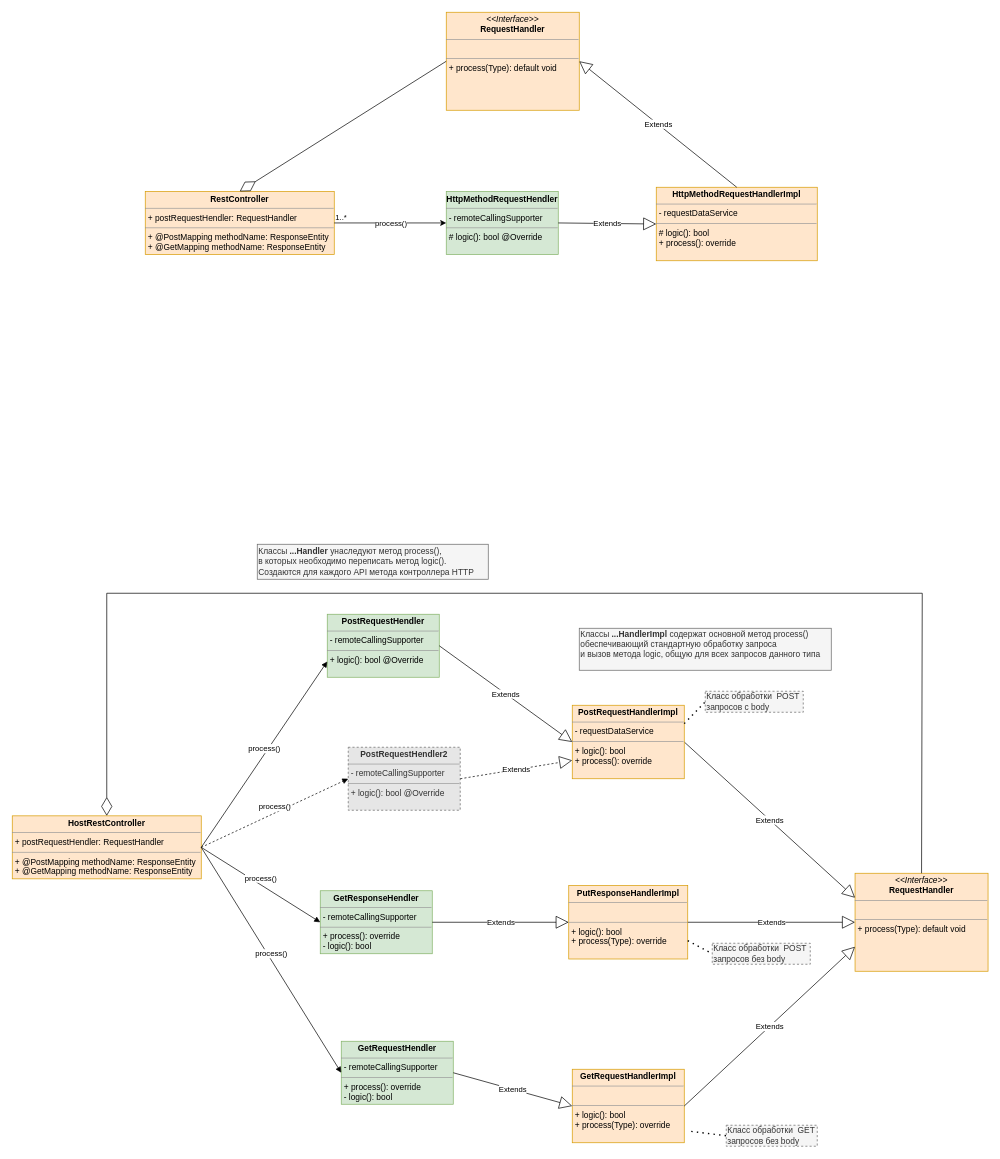
Jurixx777/schema keeps this draw.io diagram as adaptertemplate/Untitled Diagram.drawio. Above is the earlier version. Source tidied: cells renumbered, new cells numbered last; positions are measured from the earlier drawing's top-left corner, leaving out a move shared by most shapes. Both pictures are drawn from the tidied source at 70%, with x=0, y=0 at pixel (12, 12).
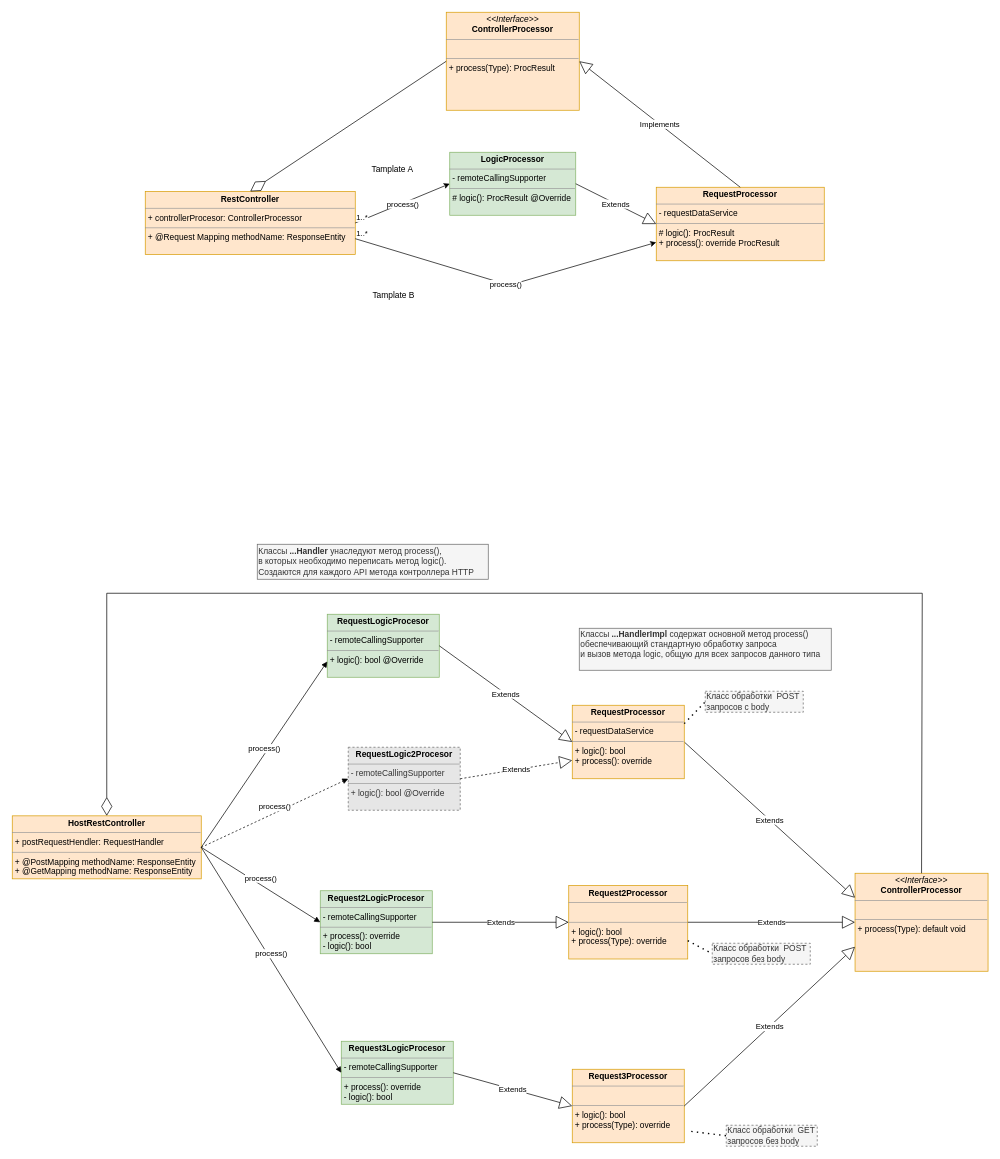
The same page after the edit.

Change to the diagram source:
```diff
@@
-    <mxCell id="2" value="&lt;p style=&quot;margin: 0px ; margin-top: 4px ; text-align: center&quot;&gt;&lt;i&gt;&amp;lt;&amp;lt;Interface&amp;gt;&amp;gt;&lt;/i&gt;&lt;br&gt;&lt;b&gt;RequestHandler&lt;/b&gt;&lt;/p&gt;&lt;hr size=&quot;1&quot;&gt;&lt;p style=&quot;margin: 0px ; margin-left: 4px&quot;&gt;&lt;br&gt;&lt;/p&gt;&lt;hr size=&quot;1&quot;&gt;&lt;p style=&quot;margin: 0px ; margin-left: 4px&quot;&gt;+ process(Type): default void&lt;br&gt;&lt;/p&gt;" style="verticalAlign=top;align=left;overflow=fill;fontSize=12;fontFamily=Helvetica;html=1;fillColor=#ffe6cc;strokeColor=#d79b00;" parent="1" vertex="1">
+    <mxCell id="2" value="&lt;p style=&quot;margin: 0px ; margin-top: 4px ; text-align: center&quot;&gt;&lt;i&gt;&amp;lt;&amp;lt;Interface&amp;gt;&amp;gt;&lt;/i&gt;&lt;br&gt;&lt;b&gt;ControllerProcessor&lt;/b&gt;&lt;/p&gt;&lt;hr size=&quot;1&quot;&gt;&lt;p style=&quot;margin: 0px ; margin-left: 4px&quot;&gt;&lt;br&gt;&lt;/p&gt;&lt;hr size=&quot;1&quot;&gt;&lt;p style=&quot;margin: 0px ; margin-left: 4px&quot;&gt;+ process(Type): default void&lt;br&gt;&lt;/p&gt;" style="verticalAlign=top;align=left;overflow=fill;fontSize=12;fontFamily=Helvetica;html=1;fillColor=#ffe6cc;strokeColor=#d79b00;" parent="1" vertex="1">
       <mxGeometry x="1204" y="1230" width="190" height="140" as="geometry" />
     </mxCell>
@@
-    <mxCell id="4" value="&lt;p style=&quot;margin: 0px ; margin-top: 4px ; text-align: center&quot;&gt;&lt;b&gt;PostRequestHandlerImpl&lt;/b&gt;&lt;/p&gt;&lt;hr size=&quot;1&quot;&gt;&lt;p style=&quot;margin: 0px ; margin-left: 4px&quot;&gt;- requestDataService&lt;br&gt;&lt;/p&gt;&lt;hr size=&quot;1&quot;&gt;&lt;p style=&quot;margin: 0px ; margin-left: 4px&quot;&gt;+ logic(): bool&lt;/p&gt;&lt;p style=&quot;margin: 0px ; margin-left: 4px&quot;&gt;+ process(): override&lt;br&gt;&lt;/p&gt;&lt;p style=&quot;margin: 0px ; margin-left: 4px&quot;&gt;&lt;br&gt;&lt;/p&gt;" style="verticalAlign=top;align=left;overflow=fill;fontSize=12;fontFamily=Helvetica;html=1;fillColor=#ffe6cc;strokeColor=#d79b00;" parent="1" vertex="1">
+    <mxCell id="4" value="&lt;p style=&quot;margin: 0px ; margin-top: 4px ; text-align: center&quot;&gt;&lt;b&gt;RequestProcessor&lt;/b&gt;&lt;/p&gt;&lt;hr size=&quot;1&quot;&gt;&lt;p style=&quot;margin: 0px ; margin-left: 4px&quot;&gt;- requestDataService&lt;br&gt;&lt;/p&gt;&lt;hr size=&quot;1&quot;&gt;&lt;p style=&quot;margin: 0px ; margin-left: 4px&quot;&gt;+ logic(): bool&lt;/p&gt;&lt;p style=&quot;margin: 0px ; margin-left: 4px&quot;&gt;+ process(): override&lt;br&gt;&lt;/p&gt;&lt;p style=&quot;margin: 0px ; margin-left: 4px&quot;&gt;&lt;br&gt;&lt;/p&gt;" style="verticalAlign=top;align=left;overflow=fill;fontSize=12;fontFamily=Helvetica;html=1;fillColor=#ffe6cc;strokeColor=#d79b00;" parent="1" vertex="1">
       <mxGeometry x="800" y="990" width="160" height="105" as="geometry" />
     </mxCell>
-    <mxCell id="5" value="&lt;p style=&quot;margin: 0px ; margin-top: 4px ; text-align: center&quot;&gt;&lt;b&gt;PutResponseHandlerImpl&lt;/b&gt;&lt;/p&gt;&lt;hr size=&quot;1&quot;&gt;&lt;p style=&quot;margin: 0px ; margin-left: 4px&quot;&gt;&lt;br&gt;&lt;/p&gt;&lt;hr size=&quot;1&quot;&gt;&lt;p style=&quot;margin: 0px ; margin-left: 4px&quot;&gt;+ logic(): bool&lt;/p&gt;&lt;p style=&quot;margin: 0px ; margin-left: 4px&quot;&gt;+ process(Type): override&lt;br&gt;&lt;/p&gt;&lt;p style=&quot;margin: 0px ; margin-left: 4px&quot;&gt;&lt;br&gt;&lt;/p&gt;" style="verticalAlign=top;align=left;overflow=fill;fontSize=12;fontFamily=Helvetica;html=1;fillColor=#ffe6cc;strokeColor=#d79b00;" parent="1" vertex="1">
+    <mxCell id="5" value="&lt;p style=&quot;margin: 0px ; margin-top: 4px ; text-align: center&quot;&gt;&lt;b&gt;Request2Processor&lt;/b&gt;&lt;br&gt;&lt;/p&gt;&lt;hr size=&quot;1&quot;&gt;&lt;p style=&quot;margin: 0px ; margin-left: 4px&quot;&gt;&lt;br&gt;&lt;/p&gt;&lt;hr size=&quot;1&quot;&gt;&lt;p style=&quot;margin: 0px ; margin-left: 4px&quot;&gt;+ logic(): bool&lt;/p&gt;&lt;p style=&quot;margin: 0px ; margin-left: 4px&quot;&gt;+ process(Type): override&lt;br&gt;&lt;/p&gt;&lt;p style=&quot;margin: 0px ; margin-left: 4px&quot;&gt;&lt;br&gt;&lt;/p&gt;" style="verticalAlign=top;align=left;overflow=fill;fontSize=12;fontFamily=Helvetica;html=1;fillColor=#ffe6cc;strokeColor=#d79b00;" parent="1" vertex="1">
       <mxGeometry x="795" y="1247.5" width="170" height="105" as="geometry" />
     </mxCell>
@@
-    <mxCell id="7" value="&lt;p style=&quot;margin: 0px ; margin-top: 4px ; text-align: center&quot;&gt;&lt;b&gt;PostRequestHendler&lt;/b&gt;&lt;/p&gt;&lt;hr size=&quot;1&quot;&gt;&lt;p style=&quot;margin: 0px ; margin-left: 4px&quot;&gt;- remoteCallingSupporter&lt;br&gt;&lt;/p&gt;&lt;hr size=&quot;1&quot;&gt;&lt;p style=&quot;margin: 0px ; margin-left: 4px&quot;&gt;&lt;span&gt;+ logic(): bool @Override&lt;/span&gt;&lt;br&gt;&lt;/p&gt;" style="verticalAlign=top;align=left;overflow=fill;fontSize=12;fontFamily=Helvetica;html=1;fillColor=#d5e8d4;strokeColor=#82b366;" parent="1" vertex="1">
+    <mxCell id="7" value="&lt;p style=&quot;margin: 0px ; margin-top: 4px ; text-align: center&quot;&gt;&lt;b&gt;RequestLogicProcesor&lt;/b&gt;&lt;/p&gt;&lt;hr size=&quot;1&quot;&gt;&lt;p style=&quot;margin: 0px ; margin-left: 4px&quot;&gt;- remoteCallingSupporter&lt;br&gt;&lt;/p&gt;&lt;hr size=&quot;1&quot;&gt;&lt;p style=&quot;margin: 0px ; margin-left: 4px&quot;&gt;&lt;span&gt;+ logic(): bool @Override&lt;/span&gt;&lt;br&gt;&lt;/p&gt;" style="verticalAlign=top;align=left;overflow=fill;fontSize=12;fontFamily=Helvetica;html=1;fillColor=#d5e8d4;strokeColor=#82b366;" parent="1" vertex="1">
       <mxGeometry x="450" y="860" width="160" height="90" as="geometry" />
     </mxCell>
-    <mxCell id="8" value="&lt;p style=&quot;margin: 0px ; margin-top: 4px ; text-align: center&quot;&gt;&lt;b&gt;GetRequestHandlerImpl&lt;/b&gt;&lt;/p&gt;&lt;hr size=&quot;1&quot;&gt;&lt;p style=&quot;margin: 0px ; margin-left: 4px&quot;&gt;&lt;br&gt;&lt;/p&gt;&lt;hr size=&quot;1&quot;&gt;&lt;p style=&quot;margin: 0px ; margin-left: 4px&quot;&gt;+ logic(): bool&lt;/p&gt;&lt;p style=&quot;margin: 0px ; margin-left: 4px&quot;&gt;+ process(Type): override&lt;br&gt;&lt;/p&gt;&lt;p style=&quot;margin: 0px ; margin-left: 4px&quot;&gt;&lt;br&gt;&lt;/p&gt;" style="verticalAlign=top;align=left;overflow=fill;fontSize=12;fontFamily=Helvetica;html=1;fillColor=#ffe6cc;strokeColor=#d79b00;" parent="1" vertex="1">
+    <mxCell id="8" value="&lt;p style=&quot;margin: 0px ; margin-top: 4px ; text-align: center&quot;&gt;&lt;b&gt;Request3Processor&lt;/b&gt;&lt;br&gt;&lt;/p&gt;&lt;hr size=&quot;1&quot;&gt;&lt;p style=&quot;margin: 0px ; margin-left: 4px&quot;&gt;&lt;br&gt;&lt;/p&gt;&lt;hr size=&quot;1&quot;&gt;&lt;p style=&quot;margin: 0px ; margin-left: 4px&quot;&gt;+ logic(): bool&lt;/p&gt;&lt;p style=&quot;margin: 0px ; margin-left: 4px&quot;&gt;+ process(Type): override&lt;br&gt;&lt;/p&gt;&lt;p style=&quot;margin: 0px ; margin-left: 4px&quot;&gt;&lt;br&gt;&lt;/p&gt;" style="verticalAlign=top;align=left;overflow=fill;fontSize=12;fontFamily=Helvetica;html=1;fillColor=#ffe6cc;strokeColor=#d79b00;" parent="1" vertex="1">
       <mxGeometry x="800" y="1510" width="160" height="105" as="geometry" />
     </mxCell>
@@
-    <mxCell id="14" value="&lt;p style=&quot;margin: 0px ; margin-top: 4px ; text-align: center&quot;&gt;&lt;b&gt;GetResponseHendler&lt;/b&gt;&lt;/p&gt;&lt;hr size=&quot;1&quot;&gt;&lt;p style=&quot;margin: 0px ; margin-left: 4px&quot;&gt;- remoteCallingSupporter&lt;br&gt;&lt;/p&gt;&lt;hr size=&quot;1&quot;&gt;&lt;p style=&quot;margin: 0px ; margin-left: 4px&quot;&gt;+ process(): override&lt;/p&gt;&lt;p style=&quot;margin: 0px ; margin-left: 4px&quot;&gt;- logic(): bool&lt;/p&gt;" style="verticalAlign=top;align=left;overflow=fill;fontSize=12;fontFamily=Helvetica;html=1;fillColor=#d5e8d4;strokeColor=#82b366;" parent="1" vertex="1">
+    <mxCell id="14" value="&lt;p style=&quot;margin: 0px ; margin-top: 4px ; text-align: center&quot;&gt;&lt;b&gt;Request2LogicProcesor&lt;/b&gt;&lt;br&gt;&lt;/p&gt;&lt;hr size=&quot;1&quot;&gt;&lt;p style=&quot;margin: 0px ; margin-left: 4px&quot;&gt;- remoteCallingSupporter&lt;br&gt;&lt;/p&gt;&lt;hr size=&quot;1&quot;&gt;&lt;p style=&quot;margin: 0px ; margin-left: 4px&quot;&gt;+ process(): override&lt;/p&gt;&lt;p style=&quot;margin: 0px ; margin-left: 4px&quot;&gt;- logic(): bool&lt;/p&gt;" style="verticalAlign=top;align=left;overflow=fill;fontSize=12;fontFamily=Helvetica;html=1;fillColor=#d5e8d4;strokeColor=#82b366;" parent="1" vertex="1">
       <mxGeometry x="440" y="1255" width="160" height="90" as="geometry" />
     </mxCell>
@@
-    <mxCell id="17" value="&lt;p style=&quot;margin: 0px ; margin-top: 4px ; text-align: center&quot;&gt;&lt;b&gt;PostRequestHendler2&lt;/b&gt;&lt;/p&gt;&lt;hr size=&quot;1&quot;&gt;&lt;p style=&quot;margin: 0px ; margin-left: 4px&quot;&gt;- remoteCallingSupporter&lt;br&gt;&lt;/p&gt;&lt;hr size=&quot;1&quot;&gt;&lt;p style=&quot;margin: 0px ; margin-left: 4px&quot;&gt;&lt;span&gt;+ logic(): bool @Override&lt;/span&gt;&lt;br&gt;&lt;/p&gt;" style="verticalAlign=top;align=left;overflow=fill;fontSize=12;fontFamily=Helvetica;html=1;fillColor=#E6E6E6;strokeColor=#666666;dashed=1;fontColor=#333333;" parent="1" vertex="1">
+    <mxCell id="17" value="&lt;p style=&quot;margin: 0px ; margin-top: 4px ; text-align: center&quot;&gt;&lt;b style=&quot;color: rgb(0 , 0 , 0)&quot;&gt;RequestLogic2Procesor&lt;/b&gt;&lt;br&gt;&lt;/p&gt;&lt;hr size=&quot;1&quot;&gt;&lt;p style=&quot;margin: 0px ; margin-left: 4px&quot;&gt;- remoteCallingSupporter&lt;br&gt;&lt;/p&gt;&lt;hr size=&quot;1&quot;&gt;&lt;p style=&quot;margin: 0px ; margin-left: 4px&quot;&gt;&lt;span&gt;+ logic(): bool @Override&lt;/span&gt;&lt;br&gt;&lt;/p&gt;" style="verticalAlign=top;align=left;overflow=fill;fontSize=12;fontFamily=Helvetica;html=1;fillColor=#E6E6E6;strokeColor=#666666;dashed=1;fontColor=#333333;" parent="1" vertex="1">
       <mxGeometry x="480" y="1050" width="160" height="90" as="geometry" />
     </mxCell>
@@
-    <mxCell id="28" value="&lt;p style=&quot;margin: 0px ; margin-top: 4px ; text-align: center&quot;&gt;&lt;b&gt;GetRequestHendler&lt;/b&gt;&lt;/p&gt;&lt;hr size=&quot;1&quot;&gt;&lt;p style=&quot;margin: 0px ; margin-left: 4px&quot;&gt;- remoteCallingSupporter&lt;br&gt;&lt;/p&gt;&lt;hr size=&quot;1&quot;&gt;&lt;p style=&quot;margin: 0px ; margin-left: 4px&quot;&gt;+ process(): override&lt;/p&gt;&lt;p style=&quot;margin: 0px ; margin-left: 4px&quot;&gt;- logic(): bool&lt;/p&gt;" style="verticalAlign=top;align=left;overflow=fill;fontSize=12;fontFamily=Helvetica;html=1;fillColor=#d5e8d4;strokeColor=#82b366;" parent="1" vertex="1">
+    <mxCell id="28" value="&lt;p style=&quot;margin: 0px ; margin-top: 4px ; text-align: center&quot;&gt;&lt;b&gt;Request3LogicProcesor&lt;/b&gt;&lt;br&gt;&lt;/p&gt;&lt;hr size=&quot;1&quot;&gt;&lt;p style=&quot;margin: 0px ; margin-left: 4px&quot;&gt;- remoteCallingSupporter&lt;br&gt;&lt;/p&gt;&lt;hr size=&quot;1&quot;&gt;&lt;p style=&quot;margin: 0px ; margin-left: 4px&quot;&gt;+ process(): override&lt;/p&gt;&lt;p style=&quot;margin: 0px ; margin-left: 4px&quot;&gt;- logic(): bool&lt;/p&gt;" style="verticalAlign=top;align=left;overflow=fill;fontSize=12;fontFamily=Helvetica;html=1;fillColor=#d5e8d4;strokeColor=#82b366;" parent="1" vertex="1">
       <mxGeometry x="470" y="1470" width="160" height="90" as="geometry" />
     </mxCell>
@@
-    <mxCell id="31" value="&lt;p style=&quot;margin: 0px ; margin-top: 4px ; text-align: center&quot;&gt;&lt;i&gt;&amp;lt;&amp;lt;Interface&amp;gt;&amp;gt;&lt;/i&gt;&lt;br&gt;&lt;b&gt;RequestHandler&lt;/b&gt;&lt;/p&gt;&lt;hr size=&quot;1&quot;&gt;&lt;p style=&quot;margin: 0px ; margin-left: 4px&quot;&gt;&lt;br&gt;&lt;/p&gt;&lt;hr size=&quot;1&quot;&gt;&lt;p style=&quot;margin: 0px ; margin-left: 4px&quot;&gt;+ process(Type): default void&lt;br&gt;&lt;/p&gt;" style="verticalAlign=top;align=left;overflow=fill;fontSize=12;fontFamily=Helvetica;html=1;fillColor=#ffe6cc;strokeColor=#d79b00;" parent="1" vertex="1">
+    <mxCell id="31" value="&lt;p style=&quot;margin: 0px ; margin-top: 4px ; text-align: center&quot;&gt;&lt;i&gt;&amp;lt;&amp;lt;Interface&amp;gt;&amp;gt;&lt;/i&gt;&lt;br&gt;&lt;b&gt;ControllerProcessor&lt;/b&gt;&lt;br&gt;&lt;/p&gt;&lt;hr size=&quot;1&quot;&gt;&lt;p style=&quot;margin: 0px ; margin-left: 4px&quot;&gt;&lt;br&gt;&lt;/p&gt;&lt;hr size=&quot;1&quot;&gt;&lt;p style=&quot;margin: 0px ; margin-left: 4px&quot;&gt;+ process(Type): ProcResult&lt;br&gt;&lt;/p&gt;" style="verticalAlign=top;align=left;overflow=fill;fontSize=12;fontFamily=Helvetica;html=1;fillColor=#ffe6cc;strokeColor=#d79b00;" parent="1" vertex="1">
       <mxGeometry x="620" width="190" height="140" as="geometry" />
     </mxCell>
-    <mxCell id="32" value="&lt;p style=&quot;margin: 0px ; margin-top: 4px ; text-align: center&quot;&gt;&lt;b&gt;HttpMethodRequestHandlerImpl&lt;/b&gt;&lt;/p&gt;&lt;hr size=&quot;1&quot;&gt;&lt;p style=&quot;margin: 0px ; margin-left: 4px&quot;&gt;- requestDataService&lt;br&gt;&lt;/p&gt;&lt;hr size=&quot;1&quot;&gt;&lt;p style=&quot;margin: 0px ; margin-left: 4px&quot;&gt;# logic(): bool&lt;/p&gt;&lt;p style=&quot;margin: 0px ; margin-left: 4px&quot;&gt;+ process(): override&lt;br&gt;&lt;/p&gt;&lt;p style=&quot;margin: 0px ; margin-left: 4px&quot;&gt;&lt;br&gt;&lt;/p&gt;" style="verticalAlign=top;align=left;overflow=fill;fontSize=12;fontFamily=Helvetica;html=1;fillColor=#ffe6cc;strokeColor=#d79b00;" parent="1" vertex="1">
-      <mxGeometry x="920" y="250" width="230" height="105" as="geometry" />
+    <mxCell id="32" value="&lt;p style=&quot;margin: 0px ; margin-top: 4px ; text-align: center&quot;&gt;&lt;b&gt;RequestProcessor&lt;/b&gt;&lt;/p&gt;&lt;hr size=&quot;1&quot;&gt;&lt;p style=&quot;margin: 0px ; margin-left: 4px&quot;&gt;- requestDataService&lt;br&gt;&lt;/p&gt;&lt;hr size=&quot;1&quot;&gt;&lt;p style=&quot;margin: 0px ; margin-left: 4px&quot;&gt;# logic(): ProcResult&lt;/p&gt;&lt;p style=&quot;margin: 0px ; margin-left: 4px&quot;&gt;+ process(): override ProcResult&lt;/p&gt;&lt;br&gt;&lt;p style=&quot;margin: 0px ; margin-left: 4px&quot;&gt;&lt;br&gt;&lt;/p&gt;" style="verticalAlign=top;align=left;overflow=fill;fontSize=12;fontFamily=Helvetica;html=1;fillColor=#ffe6cc;strokeColor=#d79b00;" parent="1" vertex="1">
+      <mxGeometry x="920" y="250" width="240" height="105" as="geometry" />
     </mxCell>
-    <mxCell id="33" value="&lt;p style=&quot;margin: 0px ; margin-top: 4px ; text-align: center&quot;&gt;&lt;b&gt;HttpMethodRequestHendler&lt;/b&gt;&lt;/p&gt;&lt;hr size=&quot;1&quot;&gt;&lt;p style=&quot;margin: 0px ; margin-left: 4px&quot;&gt;- remoteCallingSupporter&lt;br&gt;&lt;/p&gt;&lt;hr size=&quot;1&quot;&gt;&lt;p style=&quot;margin: 0px ; margin-left: 4px&quot;&gt;&lt;span&gt;# logic(): bool @Override&lt;/span&gt;&lt;br&gt;&lt;/p&gt;" style="verticalAlign=top;align=left;overflow=fill;fontSize=12;fontFamily=Helvetica;html=1;fillColor=#d5e8d4;strokeColor=#82b366;" parent="1" vertex="1">
-      <mxGeometry x="620" y="256" width="160" height="90" as="geometry" />
+    <mxCell id="33" value="&lt;p style=&quot;margin: 0px ; margin-top: 4px ; text-align: center&quot;&gt;&lt;b&gt;LogicProcessor&lt;/b&gt;&lt;/p&gt;&lt;hr size=&quot;1&quot;&gt;&lt;p style=&quot;margin: 0px ; margin-left: 4px&quot;&gt;- remoteCallingSupporter&lt;br&gt;&lt;/p&gt;&lt;hr size=&quot;1&quot;&gt;&lt;p style=&quot;margin: 0px ; margin-left: 4px&quot;&gt;&lt;span&gt;# logic(): ProcResult @Override&lt;/span&gt;&lt;br&gt;&lt;/p&gt;" style="verticalAlign=top;align=left;overflow=fill;fontSize=12;fontFamily=Helvetica;html=1;fillColor=#d5e8d4;strokeColor=#82b366;" parent="1" vertex="1">
+      <mxGeometry x="625" y="200" width="180" height="90" as="geometry" />
     </mxCell>
-    <mxCell id="34" value="&lt;p style=&quot;margin: 0px ; margin-top: 4px ; text-align: center&quot;&gt;&lt;b&gt;RestController&lt;/b&gt;&lt;/p&gt;&lt;hr size=&quot;1&quot;&gt;&lt;p style=&quot;margin: 0px ; margin-left: 4px&quot;&gt;+ postRequestHendler: RequestHandler&lt;/p&gt;&lt;hr size=&quot;1&quot;&gt;&lt;p style=&quot;margin: 0px ; margin-left: 4px&quot;&gt;+ @PostMapping methodName: ResponseEntity&lt;br&gt;&lt;/p&gt;&lt;p style=&quot;margin: 0px ; margin-left: 4px&quot;&gt;+ @GetMapping methodName: ResponseEntity&lt;br&gt;&lt;/p&gt;" style="verticalAlign=top;align=left;overflow=fill;fontSize=12;fontFamily=Helvetica;html=1;fillColor=#ffe6cc;strokeColor=#d79b00;" parent="1" vertex="1">
-      <mxGeometry x="190" y="256" width="270" height="90" as="geometry" />
+    <mxCell id="34" value="&lt;p style=&quot;margin: 0px ; margin-top: 4px ; text-align: center&quot;&gt;&lt;b&gt;RestController&lt;/b&gt;&lt;/p&gt;&lt;hr size=&quot;1&quot;&gt;&lt;p style=&quot;margin: 0px ; margin-left: 4px&quot;&gt;+ controllerProcesor: ControllerProcessor&lt;/p&gt;&lt;hr size=&quot;1&quot;&gt;&lt;p style=&quot;margin: 0px ; margin-left: 4px&quot;&gt;+ @Request Mapping methodName: ResponseEntity&lt;br&gt;&lt;/p&gt;&lt;p style=&quot;margin: 0px ; margin-left: 4px&quot;&gt;&lt;br&gt;&lt;/p&gt;" style="verticalAlign=top;align=left;overflow=fill;fontSize=12;fontFamily=Helvetica;html=1;fillColor=#ffe6cc;strokeColor=#d79b00;" parent="1" vertex="1">
+      <mxGeometry x="190" y="256" width="300" height="90" as="geometry" />
     </mxCell>
-    <mxCell id="35" value="Extends" style="endArrow=block;endSize=16;endFill=0;html=1;rounded=0;exitX=0.5;exitY=0;exitDx=0;exitDy=0;entryX=1;entryY=0.5;entryDx=0;entryDy=0;" parent="1" edge="1" source="32" target="31">
+    <mxCell id="35" value="Implements" style="endArrow=block;endSize=16;endFill=0;html=1;rounded=0;exitX=0.5;exitY=0;exitDx=0;exitDy=0;entryX=1;entryY=0.5;entryDx=0;entryDy=0;" parent="1" edge="1" source="32" target="31">
       <mxGeometry relative="1" as="geometry" />
     </mxCell>
@@
+    <mxCell id="42" style="endArrow=classic;html=1;rounded=0;entryX=0;entryY=0.75;entryDx=0;entryDy=0;exitX=1;exitY=0.75;exitDx=0;exitDy=0;" parent="1" edge="1" source="34" target="32">
+      <mxGeometry relative="1" as="geometry">
+        <Array as="points">
+          <mxPoint x="710" y="390" />
+        </Array>
+      </mxGeometry>
+    </mxCell>
+    <mxCell id="43" value="process()" style="edgeLabel;html=1;align=center;verticalAlign=middle;dashed=1;fillColor=#E6E6E6;gradientColor=none;" parent="42" vertex="1">
+      <mxGeometry relative="1" as="geometry" />
+    </mxCell>
+    <mxCell id="44" value="1..*" style="edgeLabel;html=1;align=left;verticalAlign=bottom;dashed=1;fillColor=#E6E6E6;gradientColor=none;" parent="42" vertex="1">
+      <mxGeometry x="-1" relative="1" as="geometry" />
+    </mxCell>
+    <mxCell id="45" style="edgeLabel;html=1;align=right;verticalAlign=bottom;dashed=1;fillColor=#E6E6E6;gradientColor=none;" parent="42" vertex="1">
+      <mxGeometry x="1" relative="1" as="geometry" />
+    </mxCell>
+    <mxCell id="46" value="Tamplate A&amp;nbsp;" style="text;html=1;strokeColor=none;fillColor=none;align=center;verticalAlign=middle;whiteSpace=wrap;rounded=0;" parent="1" vertex="1">
+      <mxGeometry x="490" y="210" width="110" height="30" as="geometry" />
+    </mxCell>
+    <mxCell id="47" value="Tamplate B" style="text;html=1;strokeColor=none;fillColor=none;align=center;verticalAlign=middle;whiteSpace=wrap;rounded=0;" parent="1" vertex="1">
+      <mxGeometry x="490" y="390" width="110" height="30" as="geometry" />
+    </mxCell>
```
